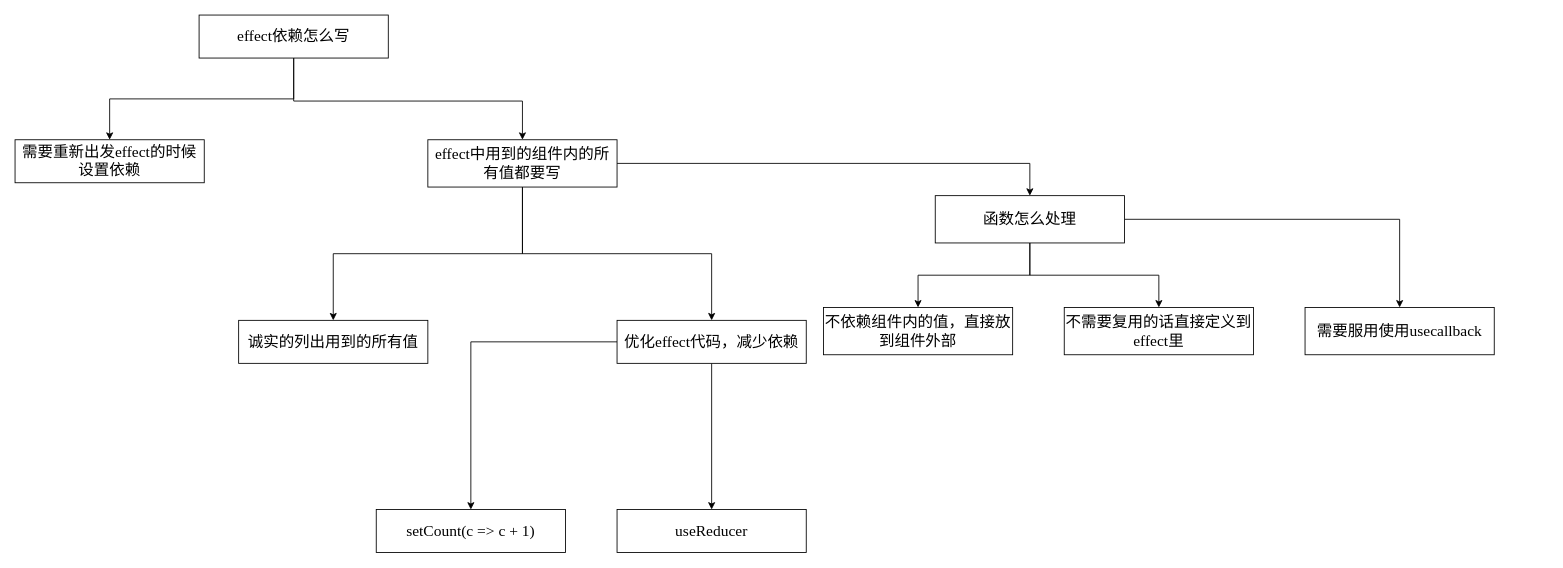
Before: 未命名绘图.drawio in wkstudy/drawio, a draw.io diagram. Source tidied: cells renumbered, new cells numbered last; positions are measured from the earlier drawing's top-left corner, leaving out a move shared by most shapes. Both pictures are drawn from the tidied source at 86%, with x=0, y=0 at pixel (15, 15).
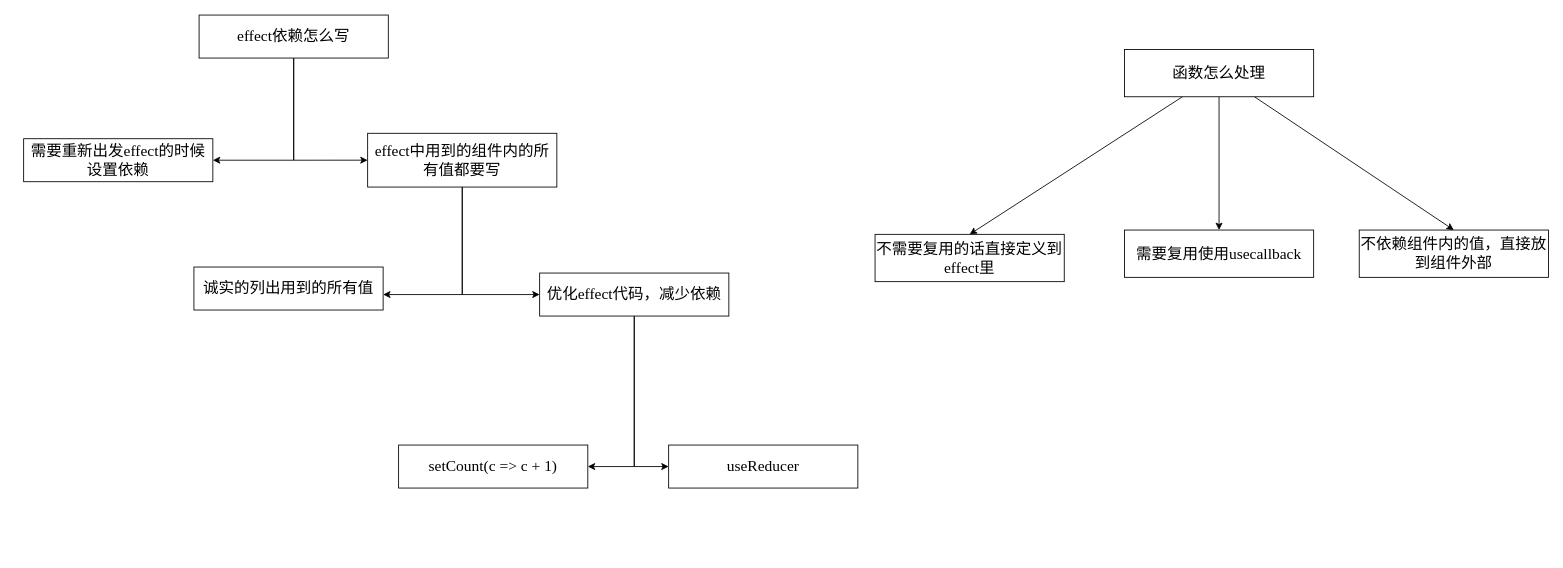
The same page after the edit.

Unchanged cells that the change refers to:
```xml
<mxCell id="4" value="&lt;font style=&quot;font-size: 18px;&quot; face=&quot;Times New Roman&quot;&gt;effect依赖怎么写&lt;/font&gt;" style="rounded=0;whiteSpace=wrap;html=1;" parent="1" vertex="1">
  <mxGeometry x="214" width="220" height="50" as="geometry" />
</mxCell>
```

Diff of the diagram source:
```diff
@@
-    <mxCell id="2" style="edgeStyle=orthogonalEdgeStyle;rounded=0;jettySize=auto;html=1;" parent="1" edge="1" source="4" target="5">
+    <mxCell id="2" style="edgeStyle=orthogonalEdgeStyle;rounded=0;jettySize=auto;html=1;entryX=1;entryY=0.5;entryDx=0;entryDy=0;" parent="1" edge="1" source="4" target="5">
       <mxGeometry relative="1" as="geometry" />
     </mxCell>
-    <mxCell id="3" style="edgeStyle=orthogonalEdgeStyle;rounded=0;jettySize=auto;html=1;" parent="1" edge="1" source="4" target="9">
-      <mxGeometry relative="1" as="geometry">
-        <Array as="points">
-          <mxPoint x="324" y="100" />
-          <mxPoint x="590" y="100" />
-        </Array>
-      </mxGeometry>
+    <mxCell id="3" style="edgeStyle=orthogonalEdgeStyle;rounded=0;jettySize=auto;html=1;entryX=0;entryY=0.5;entryDx=0;entryDy=0;" parent="1" edge="1" source="4" target="9">
+      <mxGeometry relative="1" as="geometry" />
     </mxCell>
@@
     <mxCell id="5" value="&lt;font face=&quot;Times New Roman&quot;&gt;&lt;span style=&quot;font-size: 18px;&quot;&gt;需要重新出发effect的时候设置依赖&lt;/span&gt;&lt;/font&gt;" style="rounded=0;whiteSpace=wrap;html=1;" parent="1" vertex="1">
-      <mxGeometry y="145" width="220" height="50" as="geometry" />
+      <mxGeometry x="10" y="143.8" width="220" height="50" as="geometry" />
     </mxCell>
-    <mxCell id="6" style="edgeStyle=orthogonalEdgeStyle;rounded=0;jettySize=auto;html=1;" parent="1" edge="1" source="9" target="10">
+    <mxCell id="6" style="edgeStyle=orthogonalEdgeStyle;rounded=0;jettySize=auto;html=1;entryX=1;entryY=0.64;entryDx=0;entryDy=0;entryPerimeter=0;" parent="1" edge="1" source="9" target="10">
       <mxGeometry relative="1" as="geometry" />
     </mxCell>
-    <mxCell id="7" style="edgeStyle=orthogonalEdgeStyle;rounded=0;jettySize=auto;html=1;" parent="1" edge="1" source="9" target="13">
+    <mxCell id="7" style="edgeStyle=orthogonalEdgeStyle;rounded=0;jettySize=auto;html=1;entryX=0;entryY=0.5;entryDx=0;entryDy=0;" parent="1" edge="1" source="9" target="13">
       <mxGeometry relative="1" as="geometry" />
     </mxCell>
-    <mxCell id="8" style="edgeStyle=orthogonalEdgeStyle;rounded=0;jettySize=auto;html=1;" parent="1" edge="1" source="9" target="19">
-      <mxGeometry relative="1" as="geometry" />
-    </mxCell>
     <mxCell id="9" value="&lt;font style=&quot;font-size: 18px;&quot; face=&quot;Times New Roman&quot;&gt;effect中用到的组件内的所有值都要写&lt;/font&gt;" style="rounded=0;whiteSpace=wrap;html=1;" parent="1" vertex="1">
-      <mxGeometry x="480" y="145" width="220" height="55" as="geometry" />
+      <mxGeometry x="410" y="137.5" width="220" height="62.5" as="geometry" />
     </mxCell>
     <mxCell id="10" value="&lt;font face=&quot;Times New Roman&quot;&gt;&lt;span style=&quot;font-size: 18px;&quot;&gt;诚实的列出用到的所有值&lt;/span&gt;&lt;/font&gt;" style="rounded=0;whiteSpace=wrap;html=1;" parent="1" vertex="1">
-      <mxGeometry x="260" y="355" width="220" height="50" as="geometry" />
+      <mxGeometry x="208" y="293" width="220" height="50" as="geometry" />
     </mxCell>
-    <mxCell id="11" style="edgeStyle=orthogonalEdgeStyle;rounded=0;jettySize=auto;html=1;" parent="1" edge="1" source="13" target="14">
+    <mxCell id="11" style="edgeStyle=orthogonalEdgeStyle;rounded=0;jettySize=auto;html=1;entryX=1;entryY=0.5;entryDx=0;entryDy=0;" parent="1" edge="1" source="13" target="14">
       <mxGeometry relative="1" as="geometry" />
     </mxCell>
-    <mxCell id="12" style="edgeStyle=orthogonalEdgeStyle;rounded=0;jettySize=auto;html=1;" parent="1" edge="1" source="13" target="15">
+    <mxCell id="12" style="edgeStyle=orthogonalEdgeStyle;rounded=0;jettySize=auto;html=1;entryX=0;entryY=0.5;entryDx=0;entryDy=0;" parent="1" edge="1" source="13" target="15">
       <mxGeometry relative="1" as="geometry" />
     </mxCell>
     <mxCell id="13" value="&lt;font style=&quot;font-size: 18px;&quot; face=&quot;Times New Roman&quot;&gt;优化effect代码，减少依赖&lt;/font&gt;" style="rounded=0;whiteSpace=wrap;html=1;" parent="1" vertex="1">
-      <mxGeometry x="700" y="355" width="220" height="50" as="geometry" />
+      <mxGeometry x="610" y="300" width="220" height="50" as="geometry" />
     </mxCell>
     <mxCell id="14" value="&lt;font face=&quot;Times New Roman&quot;&gt;&lt;span style=&quot;font-size: 18px;&quot;&gt;setCount(c =&amp;gt; c + 1)&lt;/span&gt;&lt;/font&gt;" style="rounded=0;whiteSpace=wrap;html=1;" parent="1" vertex="1">
-      <mxGeometry x="420" y="575" width="220" height="50" as="geometry" />
+      <mxGeometry x="446" y="500" width="220" height="50" as="geometry" />
     </mxCell>
     <mxCell id="15" value="&lt;font style=&quot;font-size: 18px;&quot; face=&quot;Times New Roman&quot;&gt;useReducer&lt;/font&gt;" style="rounded=0;whiteSpace=wrap;html=1;" parent="1" vertex="1">
-      <mxGeometry x="700" y="575" width="220" height="50" as="geometry" />
+      <mxGeometry x="760" y="500" width="220" height="50" as="geometry" />
     </mxCell>
+    <mxCell id="18" style="edgeStyle=orthogonalEdgeStyle;rounded=0;jettySize=auto;html=1;" parent="1" edge="1" source="19" target="22">
+      <mxGeometry relative="1" as="geometry" />
+    </mxCell>
+    <mxCell id="17" style="rounded=0;jettySize=auto;html=1;entryX=0.5;entryY=0;entryDx=0;entryDy=0;" parent="1" edge="1" source="19" target="21">
+      <mxGeometry relative="1" as="geometry" />
+    </mxCell>
-    <mxCell id="16" style="edgeStyle=orthogonalEdgeStyle;rounded=0;jettySize=auto;html=1;" parent="1" edge="1" source="19" target="20">
+    <mxCell id="16" style="rounded=0;jettySize=auto;html=1;entryX=0.5;entryY=0;entryDx=0;entryDy=0;" parent="1" edge="1" source="19" target="20">
       <mxGeometry relative="1" as="geometry" />
     </mxCell>
-    <mxCell id="17" style="edgeStyle=orthogonalEdgeStyle;rounded=0;jettySize=auto;html=1;" parent="1" edge="1" source="19" target="21">
-      <mxGeometry relative="1" as="geometry" />
-    </mxCell>
-    <mxCell id="18" style="edgeStyle=orthogonalEdgeStyle;rounded=0;jettySize=auto;html=1;" parent="1" edge="1" source="19" target="22">
-      <mxGeometry relative="1" as="geometry" />
-    </mxCell>
     <mxCell id="19" value="&lt;font face=&quot;Times New Roman&quot;&gt;&lt;span style=&quot;font-size: 18px;&quot;&gt;函数怎么处理&lt;/span&gt;&lt;/font&gt;" style="rounded=0;whiteSpace=wrap;html=1;" parent="1" vertex="1">
-      <mxGeometry x="1070" y="210" width="220" height="55" as="geometry" />
+      <mxGeometry x="1290" y="40" width="220" height="55" as="geometry" />
     </mxCell>
     <mxCell id="20" value="&lt;font face=&quot;Times New Roman&quot;&gt;&lt;span style=&quot;font-size: 18px;&quot;&gt;不依赖组件内的值，直接放到组件外部&lt;/span&gt;&lt;/font&gt;" style="rounded=0;whiteSpace=wrap;html=1;" parent="1" vertex="1">
-      <mxGeometry x="940" y="340" width="220" height="55" as="geometry" />
+      <mxGeometry x="1563" y="250" width="220" height="55" as="geometry" />
     </mxCell>
     <mxCell id="21" value="&lt;font face=&quot;Times New Roman&quot;&gt;&lt;span style=&quot;font-size: 18px;&quot;&gt;不需要复用的话直接定义到effect里&lt;/span&gt;&lt;/font&gt;" style="rounded=0;whiteSpace=wrap;html=1;" parent="1" vertex="1">
-      <mxGeometry x="1220" y="340" width="220" height="55" as="geometry" />
+      <mxGeometry x="1000" y="255" width="220" height="55" as="geometry" />
     </mxCell>
-    <mxCell id="22" value="&lt;font face=&quot;Times New Roman&quot;&gt;&lt;span style=&quot;font-size: 18px;&quot;&gt;需要服用使用usecallback&lt;/span&gt;&lt;/font&gt;" style="rounded=0;whiteSpace=wrap;html=1;" parent="1" vertex="1">
-      <mxGeometry x="1500" y="340" width="220" height="55" as="geometry" />
+    <mxCell id="22" value="&lt;font face=&quot;Times New Roman&quot;&gt;&lt;span style=&quot;font-size: 18px;&quot;&gt;需要复用使用usecallback&lt;/span&gt;&lt;/font&gt;" style="rounded=0;whiteSpace=wrap;html=1;" parent="1" vertex="1">
+      <mxGeometry x="1290" y="250" width="220" height="55" as="geometry" />
     </mxCell>
```
